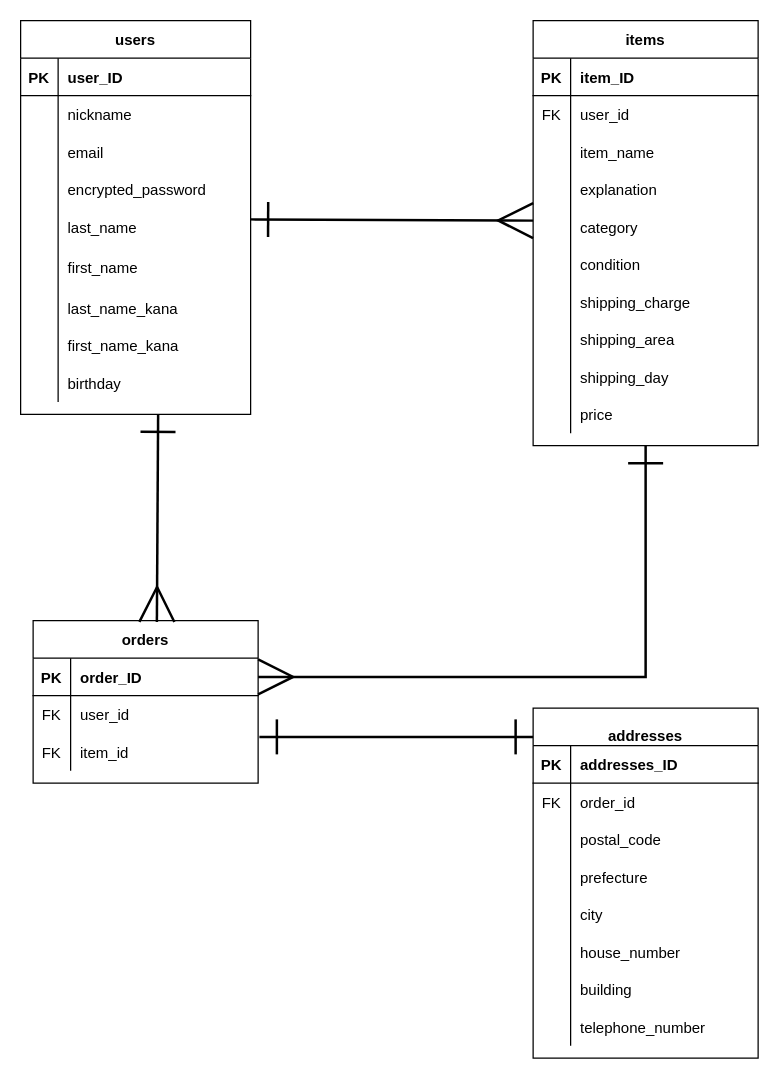
This is er.dio from kogajun/furima-36902, a draw.io file, before an edit. Source tidied: cells renumbered, new cells numbered last; positions are measured from the earlier drawing's top-left corner, leaving out a move shared by most shapes. Both pictures are drawn from the tidied source at 125%, with x=0, y=0 at pixel (20, 20).
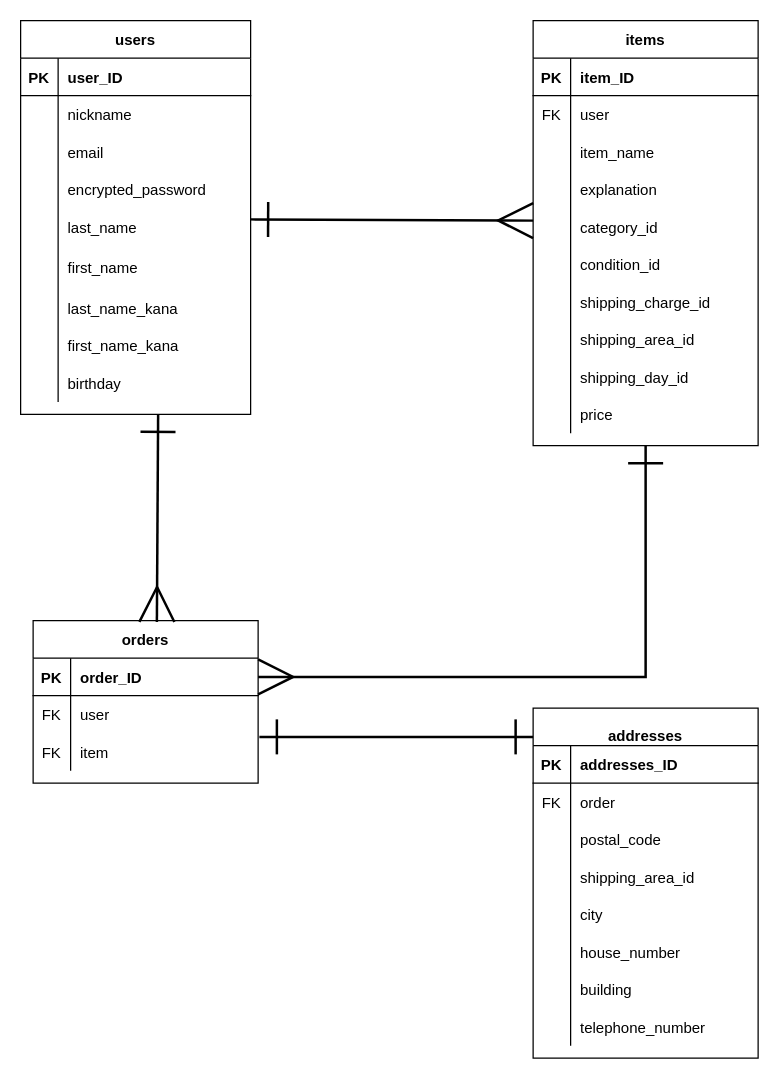
The same diagram, later.

Unchanged cells that the change refers to:
```xml
<mxCell id="35" style="shape=partialRectangle;fillColor=none;top=0;left=0;bottom=0;right=0;" parent="31" vertex="1">
  <mxGeometry y="60" width="180" height="30" as="geometry" />
</mxCell>
<mxCell id="44" style="shape=partialRectangle;fillColor=none;top=0;left=0;bottom=0;right=0;" parent="31" vertex="1">
  <mxGeometry y="150" width="180" height="30" as="geometry" />
</mxCell>
<mxCell id="47" style="shape=partialRectangle;fillColor=none;top=0;left=0;bottom=0;right=0;" parent="31" vertex="1">
  <mxGeometry y="180" width="180" height="30" as="geometry" />
</mxCell>
<mxCell id="50" style="shape=partialRectangle;fillColor=none;top=0;left=0;bottom=0;right=0;" parent="31" vertex="1">
  <mxGeometry y="210" width="180" height="30" as="geometry" />
</mxCell>
<mxCell id="53" style="shape=partialRectangle;fillColor=none;top=0;left=0;bottom=0;right=0;" parent="31" vertex="1">
  <mxGeometry y="240" width="180" height="30" as="geometry" />
</mxCell>
<mxCell id="56" style="shape=partialRectangle;fillColor=none;top=0;left=0;bottom=0;right=0;" parent="31" vertex="1">
  <mxGeometry y="270" width="180" height="30" as="geometry" />
</mxCell>
<mxCell id="66" style="shape=partialRectangle;fillColor=none;top=0;left=0;bottom=0;right=0;" parent="62" vertex="1">
  <mxGeometry y="60" width="180" height="30" as="geometry" />
</mxCell>
<mxCell id="69" style="shape=partialRectangle;fillColor=none;top=0;left=0;bottom=0;right=0;" parent="62" vertex="1">
  <mxGeometry y="90" width="180" height="30" as="geometry" />
</mxCell>
<mxCell id="76" style="shape=partialRectangle;fillColor=none;top=0;left=0;bottom=0;right=0;" parent="72" vertex="1">
  <mxGeometry y="60" width="180" height="30" as="geometry" />
</mxCell>
<mxCell id="82" style="shape=partialRectangle;fillColor=none;top=0;left=0;bottom=0;right=0;" parent="72" vertex="1">
  <mxGeometry y="120" width="180" height="30" as="geometry" />
</mxCell>
```

Change to the diagram source:
```diff
@@
-    <mxCell id="37" value="user_id" style="shape=partialRectangle;fillColor=none;top=0;left=0;bottom=0;right=0;align=left;spacingLeft=6;overflow=hidden;" parent="35" vertex="1">
+    <mxCell id="37" value="user" style="shape=partialRectangle;fillColor=none;top=0;left=0;bottom=0;right=0;align=left;spacingLeft=6;overflow=hidden;" parent="35" vertex="1">
       <mxGeometry x="30" width="150" height="30" as="geometry" />
     </mxCell>
@@
-    <mxCell id="46" value="category" style="shape=partialRectangle;fillColor=none;top=0;left=0;bottom=0;right=0;align=left;spacingLeft=6;overflow=hidden;" parent="44" vertex="1">
+    <mxCell id="46" value="category_id" style="shape=partialRectangle;fillColor=none;top=0;left=0;bottom=0;right=0;align=left;spacingLeft=6;overflow=hidden;" parent="44" vertex="1">
       <mxGeometry x="30" width="150" height="30" as="geometry" />
     </mxCell>
@@
-    <mxCell id="49" value="condition" style="shape=partialRectangle;fillColor=none;top=0;left=0;bottom=0;right=0;align=left;spacingLeft=6;overflow=hidden;" parent="47" vertex="1">
+    <mxCell id="49" value="condition_id" style="shape=partialRectangle;fillColor=none;top=0;left=0;bottom=0;right=0;align=left;spacingLeft=6;overflow=hidden;" parent="47" vertex="1">
       <mxGeometry x="30" width="150" height="30" as="geometry" />
     </mxCell>
@@
-    <mxCell id="52" value="shipping_charge" style="shape=partialRectangle;fillColor=none;top=0;left=0;bottom=0;right=0;align=left;spacingLeft=6;overflow=hidden;" parent="50" vertex="1">
+    <mxCell id="52" value="shipping_charge_id" style="shape=partialRectangle;fillColor=none;top=0;left=0;bottom=0;right=0;align=left;spacingLeft=6;overflow=hidden;" parent="50" vertex="1">
       <mxGeometry x="30" width="150" height="30" as="geometry" />
     </mxCell>
@@
-    <mxCell id="55" value="shipping_area" style="shape=partialRectangle;fillColor=none;top=0;left=0;bottom=0;right=0;align=left;spacingLeft=6;overflow=hidden;" parent="53" vertex="1">
+    <mxCell id="55" value="shipping_area_id" style="shape=partialRectangle;fillColor=none;top=0;left=0;bottom=0;right=0;align=left;spacingLeft=6;overflow=hidden;" parent="53" vertex="1">
       <mxGeometry x="30" width="150" height="30" as="geometry" />
     </mxCell>
@@
-    <mxCell id="58" value="shipping_day" style="shape=partialRectangle;fillColor=none;top=0;left=0;bottom=0;right=0;align=left;spacingLeft=6;overflow=hidden;" parent="56" vertex="1">
+    <mxCell id="58" value="shipping_day_id" style="shape=partialRectangle;fillColor=none;top=0;left=0;bottom=0;right=0;align=left;spacingLeft=6;overflow=hidden;" parent="56" vertex="1">
       <mxGeometry x="30" width="150" height="30" as="geometry" />
     </mxCell>
@@
-    <mxCell id="68" value="user_id" style="shape=partialRectangle;fillColor=none;top=0;left=0;bottom=0;right=0;align=left;spacingLeft=6;overflow=hidden;" parent="66" vertex="1">
+    <mxCell id="68" value="user" style="shape=partialRectangle;fillColor=none;top=0;left=0;bottom=0;right=0;align=left;spacingLeft=6;overflow=hidden;" parent="66" vertex="1">
       <mxGeometry x="30" width="150" height="30" as="geometry" />
     </mxCell>
@@
-    <mxCell id="71" value="item_id" style="shape=partialRectangle;fillColor=none;top=0;left=0;bottom=0;right=0;align=left;spacingLeft=6;overflow=hidden;" parent="69" vertex="1">
+    <mxCell id="71" value="item" style="shape=partialRectangle;fillColor=none;top=0;left=0;bottom=0;right=0;align=left;spacingLeft=6;overflow=hidden;" parent="69" vertex="1">
       <mxGeometry x="30" width="150" height="30" as="geometry" />
     </mxCell>
@@
-    <mxCell id="78" value="order_id" style="shape=partialRectangle;fillColor=none;top=0;left=0;bottom=0;right=0;align=left;spacingLeft=6;overflow=hidden;" parent="76" vertex="1">
+    <mxCell id="78" value="order" style="shape=partialRectangle;fillColor=none;top=0;left=0;bottom=0;right=0;align=left;spacingLeft=6;overflow=hidden;" parent="76" vertex="1">
       <mxGeometry x="30" width="150" height="30" as="geometry" />
     </mxCell>
@@
-    <mxCell id="84" value="prefecture" style="shape=partialRectangle;fillColor=none;top=0;left=0;bottom=0;right=0;align=left;spacingLeft=6;overflow=hidden;" parent="82" vertex="1">
+    <mxCell id="84" value="shipping_area_id" style="shape=partialRectangle;fillColor=none;top=0;left=0;bottom=0;right=0;align=left;spacingLeft=6;overflow=hidden;" parent="82" vertex="1">
       <mxGeometry x="30" width="150" height="30" as="geometry" />
     </mxCell>
```
